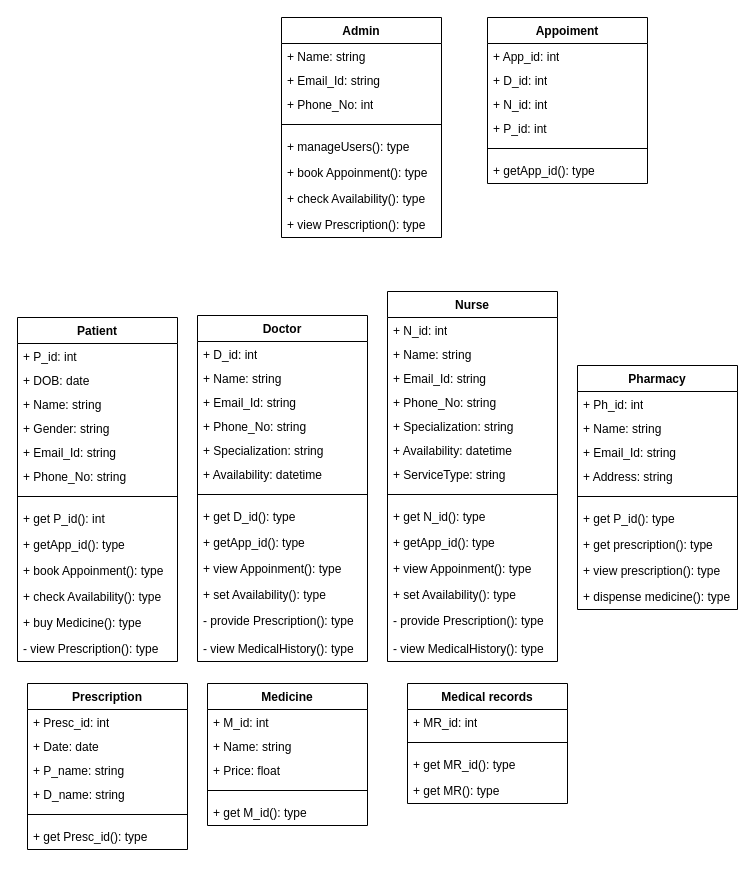
shreeya20desai/An-Automated-System-For-Local-GPs keeps this draw.io diagram as Diagram/Class Diagram/Class Diagram.drawio. Above is the earlier version. Source tidied: cells renumbered, new cells numbered last; positions are measured from the earlier drawing's top-left corner, leaving out a move shared by most shapes. Both pictures are drawn from the tidied source at 100%, with x=0, y=0 at pixel (17, 17).
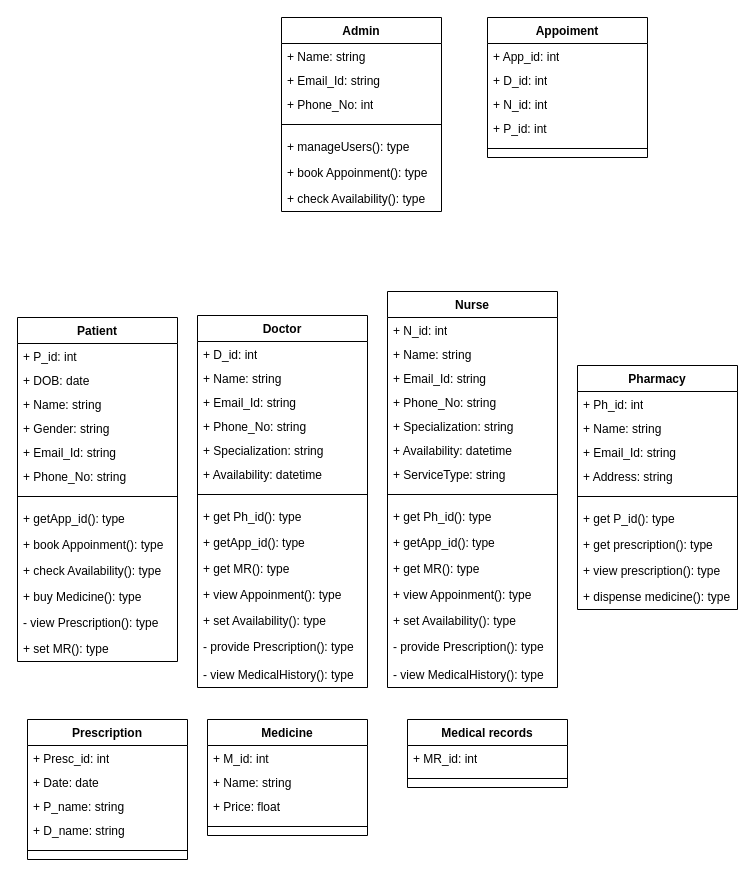
The same diagram, later.

Commit message (it also covers changes not shown here):
Code , Preliminary Report

Unchanged cells that the change refers to:
```xml
<mxCell id="2" value="Patient" style="swimlane;fontStyle=1;align=center;verticalAlign=top;horizontal=1;startSize=26;whiteSpace=wrap;html=1;" parent="1" vertex="1">
  <mxGeometry y="300" width="160" height="344" as="geometry" />
</mxCell>
```

The edit, as a diff of the source:
```diff
@@
-    <mxCell id="10" value="+ get P_id(): int" style="text;strokeColor=none;fillColor=none;align=left;verticalAlign=top;spacingLeft=4;spacingRight=4;overflow=hidden;whiteSpace=wrap;html=1;" parent="2" vertex="1">
-      <mxGeometry y="188" width="160" height="26" as="geometry" />
-    </mxCell>
     <mxCell id="11" value="+ getApp_id(): type" style="text;strokeColor=none;fillColor=none;align=left;verticalAlign=top;spacingLeft=4;spacingRight=4;overflow=hidden;whiteSpace=wrap;html=1;" parent="2" vertex="1">
-      <mxGeometry y="214" width="160" height="26" as="geometry" />
+      <mxGeometry y="188" width="160" height="26" as="geometry" />
     </mxCell>
     <mxCell id="12" value="+ book Appoinment(): type" style="text;strokeColor=none;fillColor=none;align=left;verticalAlign=top;spacingLeft=4;spacingRight=4;overflow=hidden;whiteSpace=wrap;html=1;" parent="2" vertex="1">
-      <mxGeometry y="240" width="160" height="26" as="geometry" />
+      <mxGeometry y="214" width="160" height="26" as="geometry" />
     </mxCell>
     <mxCell id="13" value="+ check Availability(): type" style="text;strokeColor=none;fillColor=none;align=left;verticalAlign=top;spacingLeft=4;spacingRight=4;overflow=hidden;whiteSpace=wrap;html=1;" parent="2" vertex="1">
-      <mxGeometry y="266" width="160" height="26" as="geometry" />
+      <mxGeometry y="240" width="160" height="26" as="geometry" />
     </mxCell>
     <mxCell id="14" value="+ buy Medicine(): type" style="text;strokeColor=none;fillColor=none;align=left;verticalAlign=top;spacingLeft=4;spacingRight=4;overflow=hidden;whiteSpace=wrap;html=1;" parent="2" vertex="1">
-      <mxGeometry y="292" width="160" height="26" as="geometry" />
+      <mxGeometry y="266" width="160" height="26" as="geometry" />
     </mxCell>
     <mxCell id="15" value="- view Prescription(): type" style="text;strokeColor=none;fillColor=none;align=left;verticalAlign=top;spacingLeft=4;spacingRight=4;overflow=hidden;whiteSpace=wrap;html=1;" parent="2" vertex="1">
-      <mxGeometry y="318" width="160" height="26" as="geometry" />
+      <mxGeometry y="292" width="160" height="26" as="geometry" />
     </mxCell>
+    <mxCell id="89" value="+ set MR(): type" style="text;strokeColor=none;fillColor=none;align=left;verticalAlign=top;spacingLeft=4;spacingRight=4;overflow=hidden;whiteSpace=wrap;html=1;" parent="2" vertex="1">
+      <mxGeometry y="318" width="160" height="26" as="geometry" />
+    </mxCell>
     <mxCell id="16" value="Doctor" style="swimlane;fontStyle=1;align=center;verticalAlign=top;horizontal=1;startSize=26;whiteSpace=wrap;html=1;" parent="1" vertex="1">
-      <mxGeometry x="180" y="298" width="170" height="346" as="geometry" />
+      <mxGeometry x="180" y="298" width="170" height="372" as="geometry" />
     </mxCell>
@@
-    <mxCell id="24" value="+ get D_id(): type" style="text;strokeColor=none;fillColor=none;align=left;verticalAlign=top;spacingLeft=4;spacingRight=4;overflow=hidden;whiteSpace=wrap;html=1;" parent="16" vertex="1">
-      <mxGeometry y="188" width="170" height="26" as="geometry" />
-    </mxCell>
+    <mxCell id="90" value="+ get Ph_id(): type" style="text;strokeColor=none;fillColor=none;align=left;verticalAlign=top;spacingLeft=4;spacingRight=4;overflow=hidden;whiteSpace=wrap;html=1;" parent="16" vertex="1">
+      <mxGeometry y="188" width="170" height="26" as="geometry" />
+    </mxCell>
@@
+    <mxCell id="91" value="+ get MR(): type" style="text;strokeColor=none;fillColor=none;align=left;verticalAlign=top;spacingLeft=4;spacingRight=4;overflow=hidden;whiteSpace=wrap;html=1;" parent="16" vertex="1">
+      <mxGeometry y="240" width="170" height="26" as="geometry" />
+    </mxCell>
     <mxCell id="26" value="+ view Appoinment(): type" style="text;strokeColor=none;fillColor=none;align=left;verticalAlign=top;spacingLeft=4;spacingRight=4;overflow=hidden;whiteSpace=wrap;html=1;" parent="16" vertex="1">
-      <mxGeometry y="240" width="170" height="26" as="geometry" />
+      <mxGeometry y="266" width="170" height="26" as="geometry" />
     </mxCell>
     <mxCell id="27" value="+ set Availability(): type" style="text;strokeColor=none;fillColor=none;align=left;verticalAlign=top;spacingLeft=4;spacingRight=4;overflow=hidden;whiteSpace=wrap;html=1;" parent="16" vertex="1">
-      <mxGeometry y="266" width="170" height="26" as="geometry" />
+      <mxGeometry y="292" width="170" height="26" as="geometry" />
     </mxCell>
     <mxCell id="28" value="- provide Prescription(): type" style="text;strokeColor=none;fillColor=none;align=left;verticalAlign=top;spacingLeft=4;spacingRight=4;overflow=hidden;whiteSpace=wrap;html=1;" parent="16" vertex="1">
-      <mxGeometry y="292" width="170" height="28" as="geometry" />
+      <mxGeometry y="318" width="170" height="28" as="geometry" />
     </mxCell>
     <mxCell id="29" value="- view MedicalHistory(): type" style="text;strokeColor=none;fillColor=none;align=left;verticalAlign=top;spacingLeft=4;spacingRight=4;overflow=hidden;whiteSpace=wrap;html=1;" parent="16" vertex="1">
-      <mxGeometry y="320" width="170" height="26" as="geometry" />
+      <mxGeometry y="346" width="170" height="26" as="geometry" />
     </mxCell>
@@
     <mxCell id="40" value="Prescription" style="swimlane;fontStyle=1;align=center;verticalAlign=top;horizontal=1;startSize=26;whiteSpace=wrap;html=1;" parent="1" vertex="1">
-      <mxGeometry x="10" y="666" width="160" height="166" as="geometry" />
+      <mxGeometry x="10" y="702" width="160" height="140" as="geometry" />
     </mxCell>
@@
-    <mxCell id="46" value="+ get Presc_id(): type" style="text;strokeColor=none;fillColor=none;align=left;verticalAlign=top;spacingLeft=4;spacingRight=4;overflow=hidden;whiteSpace=wrap;html=1;" parent="40" vertex="1">
-      <mxGeometry y="140" width="160" height="26" as="geometry" />
-    </mxCell>
     <mxCell id="47" value="Medicine" style="swimlane;fontStyle=1;align=center;verticalAlign=top;horizontal=1;startSize=26;whiteSpace=wrap;html=1;" parent="1" vertex="1">
-      <mxGeometry x="190" y="666" width="160" height="142" as="geometry" />
+      <mxGeometry x="190" y="702" width="160" height="116" as="geometry" />
     </mxCell>
@@
-    <mxCell id="52" value="+ get M_id(): type" style="text;strokeColor=none;fillColor=none;align=left;verticalAlign=top;spacingLeft=4;spacingRight=4;overflow=hidden;whiteSpace=wrap;html=1;" parent="47" vertex="1">
-      <mxGeometry y="116" width="160" height="26" as="geometry" />
-    </mxCell>
     <mxCell id="53" value="Medical records" style="swimlane;fontStyle=1;align=center;verticalAlign=top;horizontal=1;startSize=26;whiteSpace=wrap;html=1;" parent="1" vertex="1">
-      <mxGeometry x="390" y="666" width="160" height="120" as="geometry" />
+      <mxGeometry x="390" y="702" width="160" height="68" as="geometry" />
     </mxCell>
@@
-    <mxCell id="56" value="+ get MR_id(): type" style="text;strokeColor=none;fillColor=none;align=left;verticalAlign=top;spacingLeft=4;spacingRight=4;overflow=hidden;whiteSpace=wrap;html=1;" parent="53" vertex="1">
-      <mxGeometry y="68" width="160" height="26" as="geometry" />
-    </mxCell>
-    <mxCell id="57" value="+ get MR(): type" style="text;strokeColor=none;fillColor=none;align=left;verticalAlign=top;spacingLeft=4;spacingRight=4;overflow=hidden;whiteSpace=wrap;html=1;" parent="53" vertex="1">
-      <mxGeometry y="94" width="160" height="26" as="geometry" />
-    </mxCell>
     <mxCell id="58" value="Admin" style="swimlane;fontStyle=1;align=center;verticalAlign=top;horizontal=1;startSize=26;whiteSpace=wrap;html=1;" parent="1" vertex="1">
-      <mxGeometry x="264" width="160" height="220" as="geometry" />
+      <mxGeometry x="264" width="160" height="194" as="geometry" />
     </mxCell>
@@
-    <mxCell id="66" value="+ view Prescription(): type" style="text;strokeColor=none;fillColor=none;align=left;verticalAlign=top;spacingLeft=4;spacingRight=4;overflow=hidden;whiteSpace=wrap;html=1;" parent="58" vertex="1">
-      <mxGeometry y="194" width="160" height="26" as="geometry" />
-    </mxCell>
     <mxCell id="67" value="Nurse" style="swimlane;fontStyle=1;align=center;verticalAlign=top;horizontal=1;startSize=26;whiteSpace=wrap;html=1;" parent="1" vertex="1">
-      <mxGeometry x="370" y="274" width="170" height="370" as="geometry" />
+      <mxGeometry x="370" y="274" width="170" height="396" as="geometry" />
     </mxCell>
@@
-    <mxCell id="76" value="+ get N_id(): type" style="text;strokeColor=none;fillColor=none;align=left;verticalAlign=top;spacingLeft=4;spacingRight=4;overflow=hidden;whiteSpace=wrap;html=1;" parent="67" vertex="1">
-      <mxGeometry y="212" width="170" height="26" as="geometry" />
-    </mxCell>
+    <mxCell id="92" value="+ get Ph_id(): type" style="text;strokeColor=none;fillColor=none;align=left;verticalAlign=top;spacingLeft=4;spacingRight=4;overflow=hidden;whiteSpace=wrap;html=1;" parent="67" vertex="1">
+      <mxGeometry y="212" width="170" height="26" as="geometry" />
+    </mxCell>
@@
+    <mxCell id="93" value="+ get MR(): type" style="text;strokeColor=none;fillColor=none;align=left;verticalAlign=top;spacingLeft=4;spacingRight=4;overflow=hidden;whiteSpace=wrap;html=1;" parent="67" vertex="1">
+      <mxGeometry y="264" width="170" height="26" as="geometry" />
+    </mxCell>
     <mxCell id="78" value="+ view Appoinment(): type" style="text;strokeColor=none;fillColor=none;align=left;verticalAlign=top;spacingLeft=4;spacingRight=4;overflow=hidden;whiteSpace=wrap;html=1;" parent="67" vertex="1">
-      <mxGeometry y="264" width="170" height="26" as="geometry" />
+      <mxGeometry y="290" width="170" height="26" as="geometry" />
     </mxCell>
     <mxCell id="79" value="+ set Availability(): type" style="text;strokeColor=none;fillColor=none;align=left;verticalAlign=top;spacingLeft=4;spacingRight=4;overflow=hidden;whiteSpace=wrap;html=1;" parent="67" vertex="1">
-      <mxGeometry y="290" width="170" height="26" as="geometry" />
+      <mxGeometry y="316" width="170" height="26" as="geometry" />
     </mxCell>
     <mxCell id="80" value="- provide Prescription(): type" style="text;strokeColor=none;fillColor=none;align=left;verticalAlign=top;spacingLeft=4;spacingRight=4;overflow=hidden;whiteSpace=wrap;html=1;" parent="67" vertex="1">
-      <mxGeometry y="316" width="170" height="28" as="geometry" />
+      <mxGeometry y="342" width="170" height="28" as="geometry" />
     </mxCell>
     <mxCell id="81" value="- view MedicalHistory(): type" style="text;strokeColor=none;fillColor=none;align=left;verticalAlign=top;spacingLeft=4;spacingRight=4;overflow=hidden;whiteSpace=wrap;html=1;" parent="67" vertex="1">
-      <mxGeometry y="344" width="170" height="26" as="geometry" />
+      <mxGeometry y="370" width="170" height="26" as="geometry" />
     </mxCell>
     <mxCell id="82" value="Appoiment" style="swimlane;fontStyle=1;align=center;verticalAlign=top;horizontal=1;startSize=26;whiteSpace=wrap;html=1;" parent="1" vertex="1">
-      <mxGeometry x="470" width="160" height="166" as="geometry" />
+      <mxGeometry x="470" width="160" height="140" as="geometry" />
     </mxCell>
@@
-    <mxCell id="88" value="+ getApp_id(): type" style="text;strokeColor=none;fillColor=none;align=left;verticalAlign=top;spacingLeft=4;spacingRight=4;overflow=hidden;whiteSpace=wrap;html=1;" parent="82" vertex="1">
-      <mxGeometry y="140" width="160" height="26" as="geometry" />
-    </mxCell>
```
